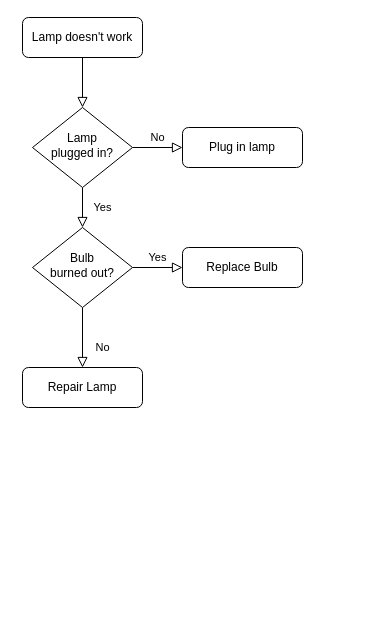
This is Untitled Diagram.drawio from rkarumba/rkarumba, a draw.io file, before an edit. Source tidied: cells renumbered, new cells numbered last; positions are measured from the earlier drawing's top-left corner, leaving out a move shared by most shapes. Both pictures are drawn from the tidied source at 100%, with x=0, y=0 at pixel (22, 17).
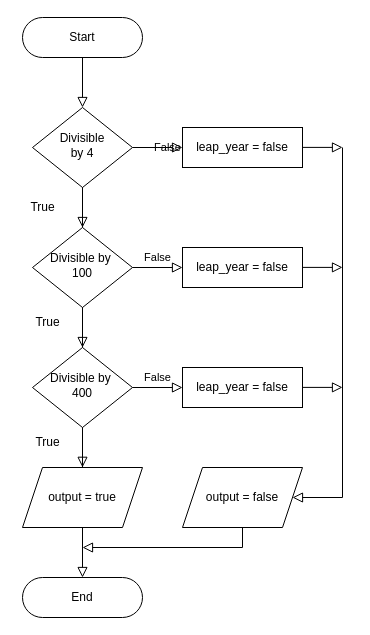
After the change.

Diff of the diagram source:
```diff
@@
-    <mxCell id="3" value="Lamp doesn't work" style="rounded=1;whiteSpace=wrap;html=1;fontSize=12;glass=0;strokeWidth=1;shadow=0;" parent="1" vertex="1">
+    <mxCell id="3" value="Start" style="rounded=1;whiteSpace=wrap;html=1;fontSize=12;glass=0;strokeWidth=1;shadow=0;arcSize=50;" parent="1" vertex="1">
       <mxGeometry width="120" height="40" as="geometry" />
     </mxCell>
-    <mxCell id="4" value="Yes" style="rounded=0;html=1;jettySize=auto;fontSize=11;endArrow=block;endFill=0;endSize=8;strokeWidth=1;shadow=0;labelBackgroundColor=none;edgeStyle=orthogonalEdgeStyle;" parent="1" edge="1" source="6" target="10">
-      <mxGeometry y="20" relative="1" as="geometry" />
-    </mxCell>
-    <mxCell id="5" value="No" style="edgeStyle=orthogonalEdgeStyle;rounded=0;html=1;jettySize=auto;fontSize=11;endArrow=block;endFill=0;endSize=8;strokeWidth=1;shadow=0;labelBackgroundColor=none;" parent="1" edge="1" source="6" target="7">
-      <mxGeometry y="10" relative="1" as="geometry" />
+    <mxCell id="5" value="False" style="edgeStyle=orthogonalEdgeStyle;rounded=0;html=1;jettySize=auto;fontSize=11;endArrow=block;endFill=0;endSize=8;strokeWidth=1;shadow=0;labelBackgroundColor=none;" parent="1" edge="1" source="6">
+      <mxGeometry y="10" relative="1" as="geometry">
+        <mxPoint x="160" y="130" as="targetPoint" />
+      </mxGeometry>
     </mxCell>
-    <mxCell id="6" value="Lamp&lt;br&gt;plugged in?" style="rhombus;whiteSpace=wrap;html=1;shadow=0;fontFamily=Helvetica;fontSize=12;align=center;strokeWidth=1;spacing=6;spacingTop=-4;" parent="1" vertex="1">
+    <mxCell id="6" value="Divisible&lt;br&gt;by 4" style="rhombus;whiteSpace=wrap;html=1;shadow=0;fontFamily=Helvetica;fontSize=12;align=center;strokeWidth=1;spacing=6;spacingTop=-4;" parent="1" vertex="1">
       <mxGeometry x="10" y="90" width="100" height="80" as="geometry" />
     </mxCell>
-    <mxCell id="7" value="Plug in lamp" style="rounded=1;whiteSpace=wrap;html=1;fontSize=12;glass=0;strokeWidth=1;shadow=0;" parent="1" vertex="1">
-      <mxGeometry x="160" y="110" width="120" height="40" as="geometry" />
-    </mxCell>
-    <mxCell id="8" value="No" style="rounded=0;html=1;jettySize=auto;fontSize=11;endArrow=block;endFill=0;endSize=8;strokeWidth=1;shadow=0;labelBackgroundColor=none;edgeStyle=orthogonalEdgeStyle;" parent="1" edge="1" source="10" target="11">
+    <mxCell id="8" style="rounded=0;html=1;jettySize=auto;fontSize=11;endArrow=block;endFill=0;endSize=8;strokeWidth=1;shadow=0;labelBackgroundColor=none;edgeStyle=orthogonalEdgeStyle;startArrow=none;fontStyle=1;" parent="1" edge="1" source="14" target="11">
       <mxGeometry x="0.33" y="20" relative="1" as="geometry" />
     </mxCell>
-    <mxCell id="9" value="Yes" style="edgeStyle=orthogonalEdgeStyle;rounded=0;html=1;jettySize=auto;fontSize=11;endArrow=block;endFill=0;endSize=8;strokeWidth=1;shadow=0;labelBackgroundColor=none;" parent="1" edge="1" source="10" target="12">
-      <mxGeometry y="10" relative="1" as="geometry" />
-    </mxCell>
-    <mxCell id="10" value="Bulb&lt;br&gt;burned out?" style="rhombus;whiteSpace=wrap;html=1;shadow=0;fontFamily=Helvetica;fontSize=12;align=center;strokeWidth=1;spacing=6;spacingTop=-4;" parent="1" vertex="1">
+    <mxCell id="10" value="Divisible by&amp;nbsp;&lt;br&gt;100" style="rhombus;whiteSpace=wrap;html=1;shadow=0;fontFamily=Helvetica;fontSize=12;align=center;strokeWidth=1;spacing=6;spacingTop=-4;" parent="1" vertex="1">
       <mxGeometry x="10" y="210" width="100" height="80" as="geometry" />
     </mxCell>
-    <mxCell id="11" value="Repair Lamp" style="rounded=1;whiteSpace=wrap;html=1;fontSize=12;glass=0;strokeWidth=1;shadow=0;" parent="1" vertex="1">
-      <mxGeometry y="350" width="120" height="40" as="geometry" />
+    <mxCell id="11" value="End" style="rounded=1;whiteSpace=wrap;html=1;fontSize=12;glass=0;strokeWidth=1;shadow=0;arcSize=50;" parent="1" vertex="1">
+      <mxGeometry y="560" width="120" height="40" as="geometry" />
     </mxCell>
-    <mxCell id="12" value="Replace Bulb" style="rounded=1;whiteSpace=wrap;html=1;fontSize=12;glass=0;strokeWidth=1;shadow=0;" parent="1" vertex="1">
-      <mxGeometry x="160" y="230" width="120" height="40" as="geometry" />
-    </mxCell>
+    <mxCell id="13" value="leap_year = false" style="rounded=0;whiteSpace=wrap;html=1;hachureGap=4;" parent="1" vertex="1">
+      <mxGeometry x="160" y="110" width="120" height="40" as="geometry" />
+    </mxCell>
+    <mxCell id="14" value="Divisible by&amp;nbsp;&lt;br&gt;400" style="rhombus;whiteSpace=wrap;html=1;shadow=0;fontFamily=Helvetica;fontSize=12;align=center;strokeWidth=1;spacing=6;spacingTop=-4;" parent="1" vertex="1">
+      <mxGeometry x="10" y="330" width="100" height="80" as="geometry" />
+    </mxCell>
+    <mxCell id="15" style="rounded=0;html=1;jettySize=auto;fontSize=11;endArrow=none;endFill=0;endSize=8;strokeWidth=1;shadow=0;labelBackgroundColor=none;edgeStyle=orthogonalEdgeStyle;" parent="1" edge="1" source="10" target="14">
+      <mxGeometry x="0.33" y="20" relative="1" as="geometry" />
+    </mxCell>
+    <mxCell id="16" style="rounded=0;html=1;jettySize=auto;orthogonalLoop=1;fontSize=11;endArrow=block;endFill=0;endSize=8;strokeWidth=1;shadow=0;labelBackgroundColor=none;edgeStyle=orthogonalEdgeStyle;" parent="1" edge="1">
+      <mxGeometry relative="1" as="geometry">
+        <mxPoint x="60" y="290" as="sourcePoint" />
+        <mxPoint x="60" y="330" as="targetPoint" />
+        <Array as="points">
+          <mxPoint x="60" y="330" />
+        </Array>
+      </mxGeometry>
+    </mxCell>
+    <mxCell id="17" style="rounded=0;html=1;jettySize=auto;fontSize=11;endArrow=block;endFill=0;endSize=8;strokeWidth=1;shadow=0;labelBackgroundColor=none;edgeStyle=orthogonalEdgeStyle;exitX=0.5;exitY=0;exitDx=0;exitDy=0;" parent="1" edge="1" source="10">
+      <mxGeometry relative="1" as="geometry">
+        <mxPoint x="60" y="210" as="targetPoint" />
+        <Array as="points">
+          <mxPoint x="60" y="170" />
+          <mxPoint x="60" y="170" />
+        </Array>
+      </mxGeometry>
+    </mxCell>
+    <mxCell id="18" value="False" style="edgeStyle=orthogonalEdgeStyle;rounded=0;html=1;jettySize=auto;orthogonalLoop=1;fontSize=11;endArrow=block;endFill=0;endSize=8;strokeWidth=1;shadow=0;labelBackgroundColor=none;" parent="1" edge="1">
+      <mxGeometry y="10" relative="1" as="geometry">
+        <mxPoint x="110" y="250" as="sourcePoint" />
+        <mxPoint x="160" y="250" as="targetPoint" />
+      </mxGeometry>
+    </mxCell>
+    <mxCell id="19" value="leap_year = false" style="rounded=0;whiteSpace=wrap;html=1;hachureGap=4;" parent="1" vertex="1">
+      <mxGeometry x="160" y="230" width="120" height="40" as="geometry" />
+    </mxCell>
+    <mxCell id="20" value="False" style="edgeStyle=orthogonalEdgeStyle;rounded=0;html=1;jettySize=auto;orthogonalLoop=1;fontSize=11;endArrow=block;endFill=0;endSize=8;strokeWidth=1;shadow=0;labelBackgroundColor=none;" parent="1" edge="1">
+      <mxGeometry y="10" relative="1" as="geometry">
+        <mxPoint x="110" y="370" as="sourcePoint" />
+        <mxPoint x="160" y="370" as="targetPoint" />
+      </mxGeometry>
+    </mxCell>
+    <mxCell id="21" value="leap_year = false" style="rounded=0;whiteSpace=wrap;html=1;hachureGap=4;" parent="1" vertex="1">
+      <mxGeometry x="160" y="350" width="120" height="40" as="geometry" />
+    </mxCell>
+    <mxCell id="22" value="output = true" style="shape=parallelogram;perimeter=parallelogramPerimeter;whiteSpace=wrap;html=1;fixedSize=1;hachureGap=4;" parent="1" vertex="1">
+      <mxGeometry y="450" width="120" height="60" as="geometry" />
+    </mxCell>
+    <mxCell id="23" value="True" style="text;html=1;align=center;verticalAlign=middle;strokeColor=none;fillColor=none;hachureGap=4;" parent="1" vertex="1">
+      <mxGeometry x="-5" y="175" width="50" height="30" as="geometry" />
+    </mxCell>
+    <mxCell id="24" value="True" style="text;html=1;align=center;verticalAlign=middle;strokeColor=none;fillColor=none;hachureGap=4;" parent="1" vertex="1">
+      <mxGeometry y="290" width="50" height="30" as="geometry" />
+    </mxCell>
+    <mxCell id="25" value="True" style="text;html=1;align=center;verticalAlign=middle;strokeColor=none;fillColor=none;hachureGap=4;" parent="1" vertex="1">
+      <mxGeometry y="410" width="50" height="30" as="geometry" />
+    </mxCell>
+    <mxCell id="26" value="output = false" style="shape=parallelogram;perimeter=parallelogramPerimeter;whiteSpace=wrap;html=1;fixedSize=1;hachureGap=4;" parent="1" vertex="1">
+      <mxGeometry x="160" y="450" width="120" height="60" as="geometry" />
+    </mxCell>
+    <mxCell id="27" style="rounded=0;html=1;jettySize=auto;fontSize=11;endArrow=block;endFill=0;endSize=8;strokeWidth=1;shadow=0;labelBackgroundColor=none;edgeStyle=orthogonalEdgeStyle;startArrow=none;exitX=0.5;exitY=1;exitDx=0;exitDy=0;" parent="1" edge="1" source="14">
+      <mxGeometry x="0.33" y="20" relative="1" as="geometry">
+        <mxPoint x="60" y="449.8" as="targetPoint" />
+      </mxGeometry>
+    </mxCell>
+    <mxCell id="28" style="rounded=0;html=1;jettySize=auto;fontSize=11;endArrow=block;endFill=0;endSize=8;strokeWidth=1;shadow=0;labelBackgroundColor=none;edgeStyle=orthogonalEdgeStyle;startArrow=none;exitX=0.5;exitY=1;exitDx=0;exitDy=0;" parent="1" edge="1" source="26">
+      <mxGeometry x="0.33" y="20" relative="1" as="geometry">
+        <mxPoint x="60" y="530" as="targetPoint" />
+        <Array as="points">
+          <mxPoint x="220" y="530" />
+        </Array>
+      </mxGeometry>
+    </mxCell>
+    <mxCell id="29" style="rounded=0;html=1;jettySize=auto;fontSize=11;endArrow=block;endFill=0;endSize=8;strokeWidth=1;shadow=0;labelBackgroundColor=none;edgeStyle=orthogonalEdgeStyle;startArrow=none;entryX=1;entryY=0.5;entryDx=0;entryDy=0;" parent="1" edge="1" target="26">
+      <mxGeometry x="0.33" y="20" relative="1" as="geometry">
+        <mxPoint x="320" y="130" as="sourcePoint" />
+        <Array as="points">
+          <mxPoint x="320" y="480" />
+        </Array>
+      </mxGeometry>
+    </mxCell>
+    <mxCell id="30" style="edgeStyle=orthogonalEdgeStyle;rounded=0;html=1;jettySize=auto;orthogonalLoop=1;fontSize=11;endArrow=block;endFill=0;endSize=8;strokeWidth=1;shadow=0;labelBackgroundColor=none;" parent="1" edge="1">
+      <mxGeometry y="10" relative="1" as="geometry">
+        <mxPoint x="280" y="369.9" as="sourcePoint" />
+        <mxPoint x="320" y="369.9" as="targetPoint" />
+        <Array as="points">
+          <mxPoint x="280" y="369.9" />
+          <mxPoint x="280" y="369.9" />
+        </Array>
+      </mxGeometry>
+    </mxCell>
+    <mxCell id="31" style="edgeStyle=orthogonalEdgeStyle;rounded=0;html=1;jettySize=auto;orthogonalLoop=1;fontSize=11;endArrow=block;endFill=0;endSize=8;strokeWidth=1;shadow=0;labelBackgroundColor=none;" parent="1" edge="1">
+      <mxGeometry y="10" relative="1" as="geometry">
+        <mxPoint x="280" y="249.9" as="sourcePoint" />
+        <mxPoint x="320" y="249.9" as="targetPoint" />
+        <Array as="points">
+          <mxPoint x="280" y="249.9" />
+          <mxPoint x="280" y="249.9" />
+        </Array>
+      </mxGeometry>
+    </mxCell>
+    <mxCell id="32" style="edgeStyle=orthogonalEdgeStyle;rounded=0;html=1;jettySize=auto;orthogonalLoop=1;fontSize=11;endArrow=block;endFill=0;endSize=8;strokeWidth=1;shadow=0;labelBackgroundColor=none;" parent="1" edge="1">
+      <mxGeometry y="10" relative="1" as="geometry">
+        <mxPoint x="280" y="129.9" as="sourcePoint" />
+        <mxPoint x="320" y="129.9" as="targetPoint" />
+        <Array as="points">
+          <mxPoint x="280" y="129.9" />
+          <mxPoint x="280" y="129.9" />
+        </Array>
+      </mxGeometry>
+    </mxCell>
```
